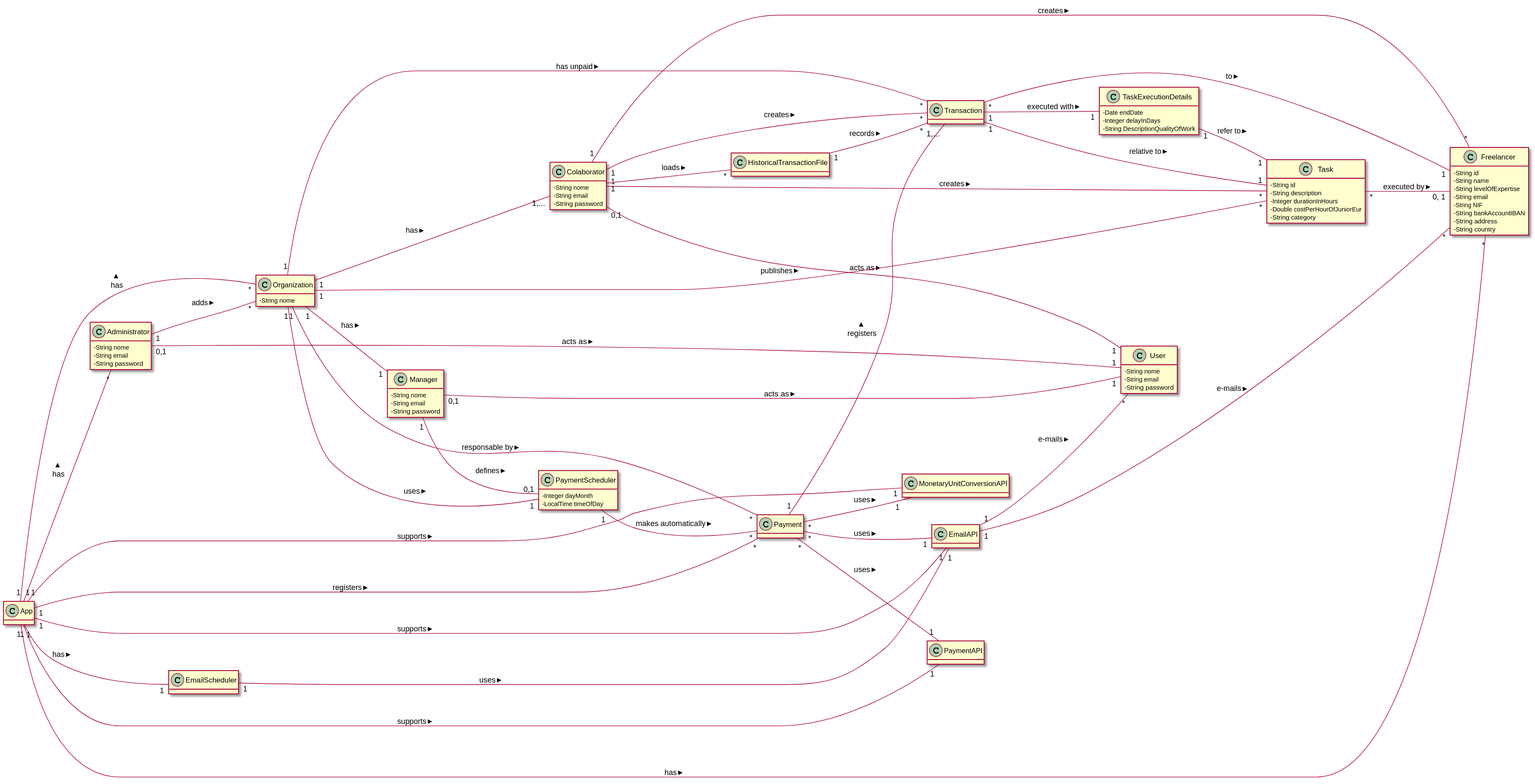
Before: docs/MD/MD.svg, a diagram exported from PlantUML (botelho-io/lapr2-2020-g029).
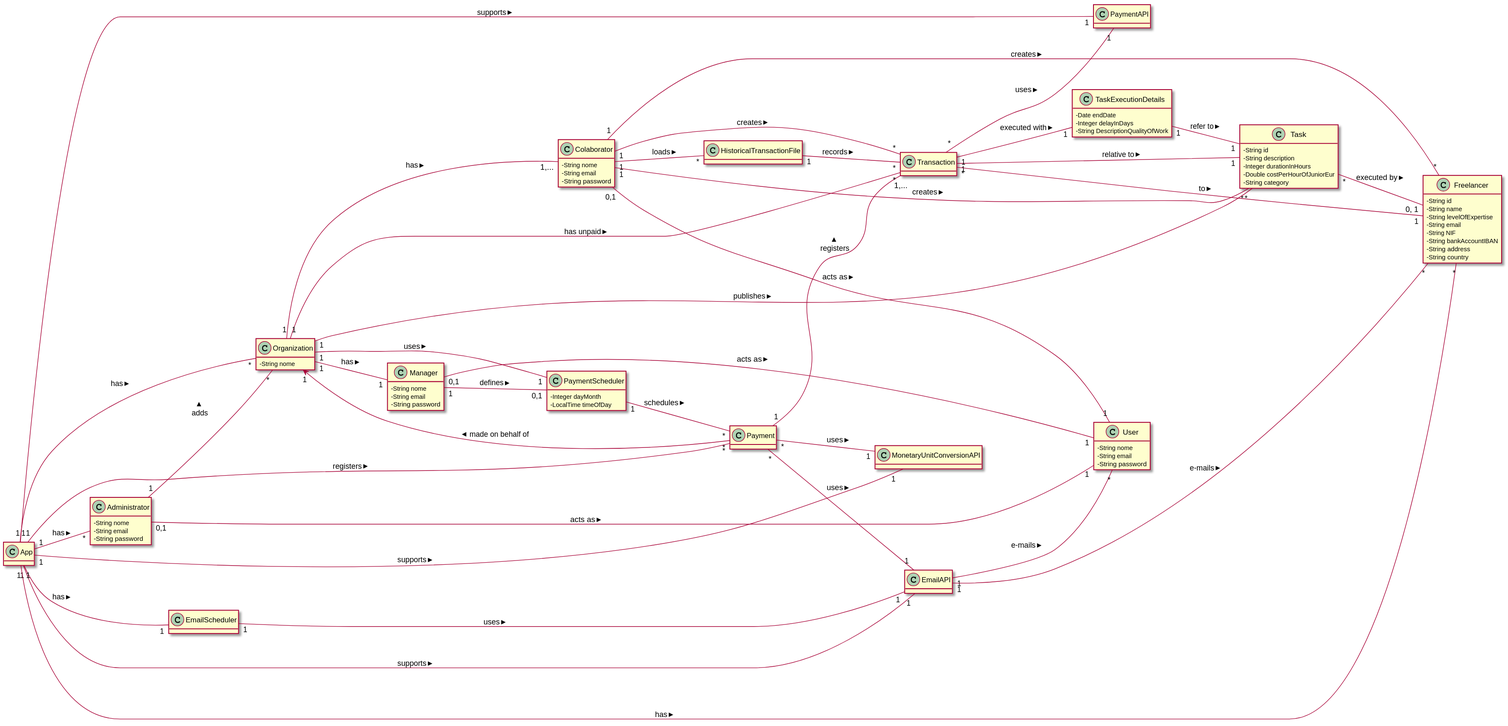
Above is the later version.

Diff of the diagram source:
```diff
@@ -87,18 +87,18 @@
 Manager                    "0,1" -- "1"      User                      : acts as >
 Payment                      "1" -- "1,..."  Transaction               : registers >
 Payment                      "*" -- "1"      EmailAPI                  : uses >
-Payment                      "*" -- "1"      PaymentAPI                : uses >
 Payment                      "*" -- "1"      MonetaryUnitConversionAPI : uses >
+Payment                      "*" --> "1"     Organization              : made on behalf of >
 Transaction                  "1" -- "1"      Task                      : relative to >
 Transaction                  "1" -- "1"      TaskExecutionDetails      : executed with >
 Transaction                  "*" -- "1"      Freelancer                : to >
+Transaction                  "*" -- "1"      PaymentAPI                : uses >
 TaskExecutionDetails         "1" -- "1"      Task                      : refer to >
 HistoricalTransactionFile    "1" -- "*"      Transaction               : records >
-PaymentScheduler             "1" -- "*"      Payment                   : makes automatically >
+PaymentScheduler             "1" -- "*"      Payment                   : schedules >
 Organization                 "1" -- "1,..."  Colaborator               : has >
 Organization                 "1" -- "1"      Manager                   : has >
 Organization                 "1" -- "1"      PaymentScheduler          : uses >
-Organization                 "1" -- "*"      Payment                   : responsable by >
 Organization                 "1" -- "*"      Task                      : publishes >
 Organization                 "1" -- "*"      Transaction               : has unpaid >
 Task                         "*" -- "0, 1"   Freelancer                : executed by >
```
